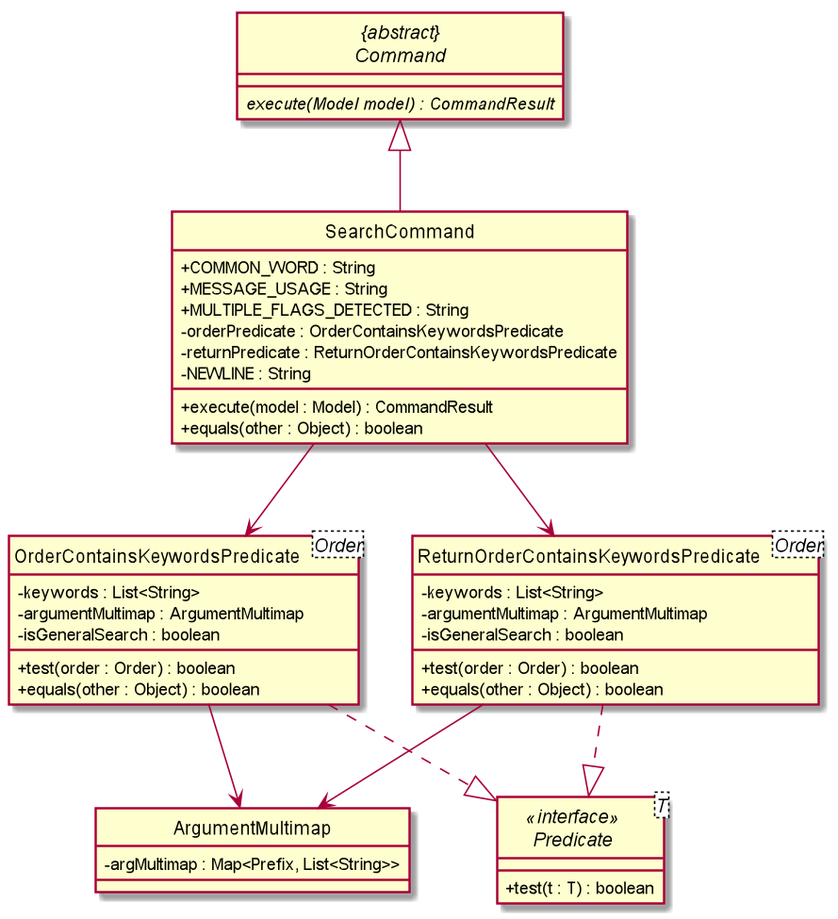
Above: docs/images/SearchCommandClassDiagram.png in nus-cs2103-AY1920S2/addressbook-level3 (PlantUML), before the change. The source it was exported from:
```plantuml
@startuml
skinparam backgroundColor #ffffff
skinparam classAttributeIconSize 0
hide circle

OrderContainsKeywordsPredicate -down-> ArgumentMultimap
ReturnOrderContainsKeywordsPredicate -down-> ArgumentMultimap
"{abstract}\nCommand" <|-- SearchCommand
ReturnOrderContainsKeywordsPredicate <-down- SearchCommand
ReturnOrderContainsKeywordsPredicate -[dashed]-|> Predicate
OrderContainsKeywordsPredicate <-down- SearchCommand
OrderContainsKeywordsPredicate -[dashed]-|> Predicate

abstract class "{abstract}\nCommand" {
    {abstract} execute(Model model) : CommandResult
}

class SearchCommand {
    + COMMON_WORD : String
    + MESSAGE_USAGE : String
    + MULTIPLE_FLAGS_DETECTED : String
    - orderPredicate : OrderContainsKeywordsPredicate
    - returnPredicate : ReturnOrderContainsKeywordsPredicate
    - NEWLINE : String

    + execute(model : Model) : CommandResult
    + equals(other : Object) : boolean
}

class OrderContainsKeywordsPredicate<Order> {
    - keywords : List<String>
    - argumentMultimap : ArgumentMultimap
    - isGeneralSearch : boolean

    + test(order : Order) : boolean
    + equals(other : Object) : boolean

}

class ReturnOrderContainsKeywordsPredicate<Order> {
    - keywords : List<String>
    - argumentMultimap : ArgumentMultimap
    - isGeneralSearch : boolean

    + test(order : Order) : boolean
    + equals(other : Object) : boolean

}

interface Predicate<T> <<interface>> {
    + test(t : T) : boolean
}

class ArgumentMultimap {
    - argMultimap : Map<Prefix, List<String>>

}

@enduml
```
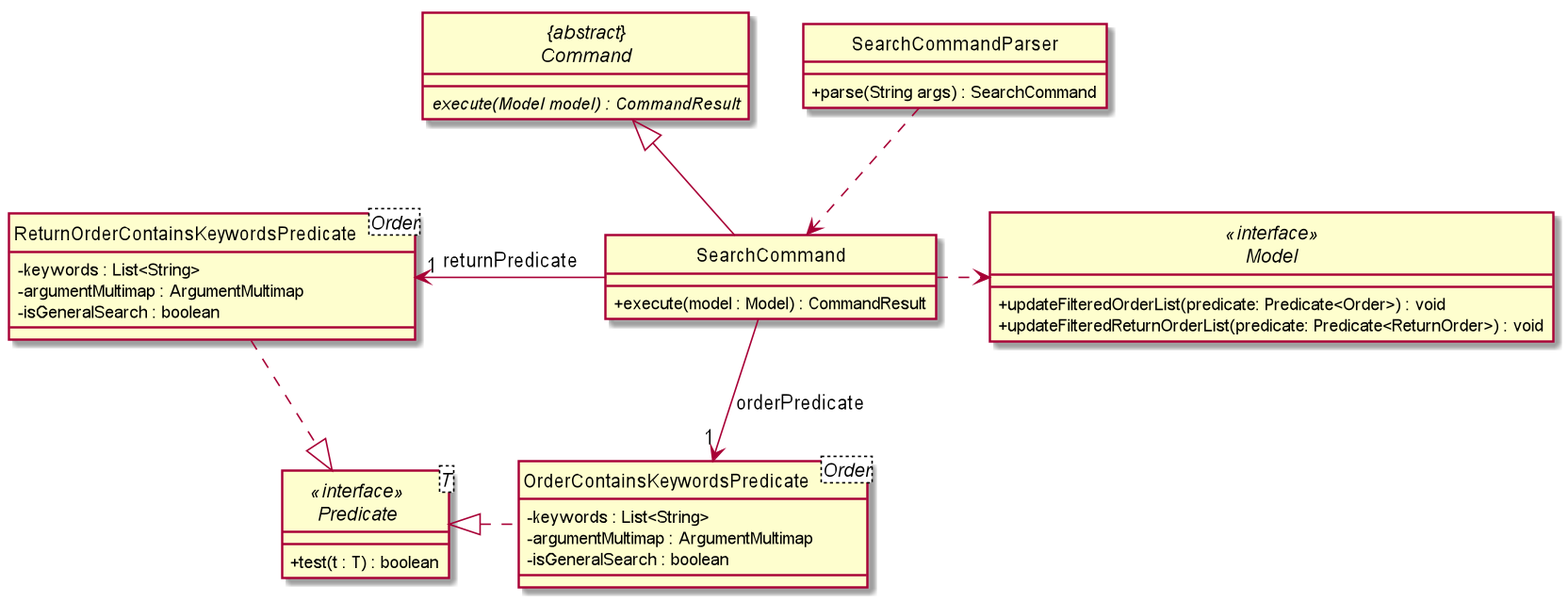
The same file after the commit.

The edit, as a diff of the source:
```diff
@@ -3,28 +3,25 @@
 skinparam classAttributeIconSize 0
 hide circle
 
-OrderContainsKeywordsPredicate -down-> ArgumentMultimap
-ReturnOrderContainsKeywordsPredicate -down-> ArgumentMultimap
 "{abstract}\nCommand" <|-- SearchCommand
-ReturnOrderContainsKeywordsPredicate <-down- SearchCommand
+ReturnOrderContainsKeywordsPredicate "1" <-left- SearchCommand : returnPredicate
 ReturnOrderContainsKeywordsPredicate -[dashed]-|> Predicate
-OrderContainsKeywordsPredicate <-down- SearchCommand
-OrderContainsKeywordsPredicate -[dashed]-|> Predicate
+OrderContainsKeywordsPredicate "1" <-down- SearchCommand : orderPredicate
+OrderContainsKeywordsPredicate -[dashed]left-|> Predicate
+SearchCommand .right.> Model
+SearchCommandParser .down.> SearchCommand
 
 abstract class "{abstract}\nCommand" {
     {abstract} execute(Model model) : CommandResult
 }
 
 class SearchCommand {
-    + COMMON_WORD : String
-    + MESSAGE_USAGE : String
-    + MULTIPLE_FLAGS_DETECTED : String
-    - orderPredicate : OrderContainsKeywordsPredicate
-    - returnPredicate : ReturnOrderContainsKeywordsPredicate
-    - NEWLINE : String
+    + execute(model : Model) : CommandResult
+}
 
-    + execute(model : Model) : CommandResult
-    + equals(other : Object) : boolean
+interface Model <<interface>> {
+    + updateFilteredOrderList(predicate: Predicate<Order>) : void
+    + updateFilteredReturnOrderList(predicate: Predicate<ReturnOrder>) : void
 }
 
 class OrderContainsKeywordsPredicate<Order> {
@@ -32,28 +29,20 @@
     - argumentMultimap : ArgumentMultimap
     - isGeneralSearch : boolean
 
-    + test(order : Order) : boolean
-    + equals(other : Object) : boolean
-
 }
 
 class ReturnOrderContainsKeywordsPredicate<Order> {
     - keywords : List<String>
     - argumentMultimap : ArgumentMultimap
     - isGeneralSearch : boolean
-
-    + test(order : Order) : boolean
-    + equals(other : Object) : boolean
-
 }
 
 interface Predicate<T> <<interface>> {
     + test(t : T) : boolean
 }
 
-class ArgumentMultimap {
-    - argMultimap : Map<Prefix, List<String>>
-
+class SearchCommandParser {
+    + parse(String args) : SearchCommand
 }
 
 @enduml
```
